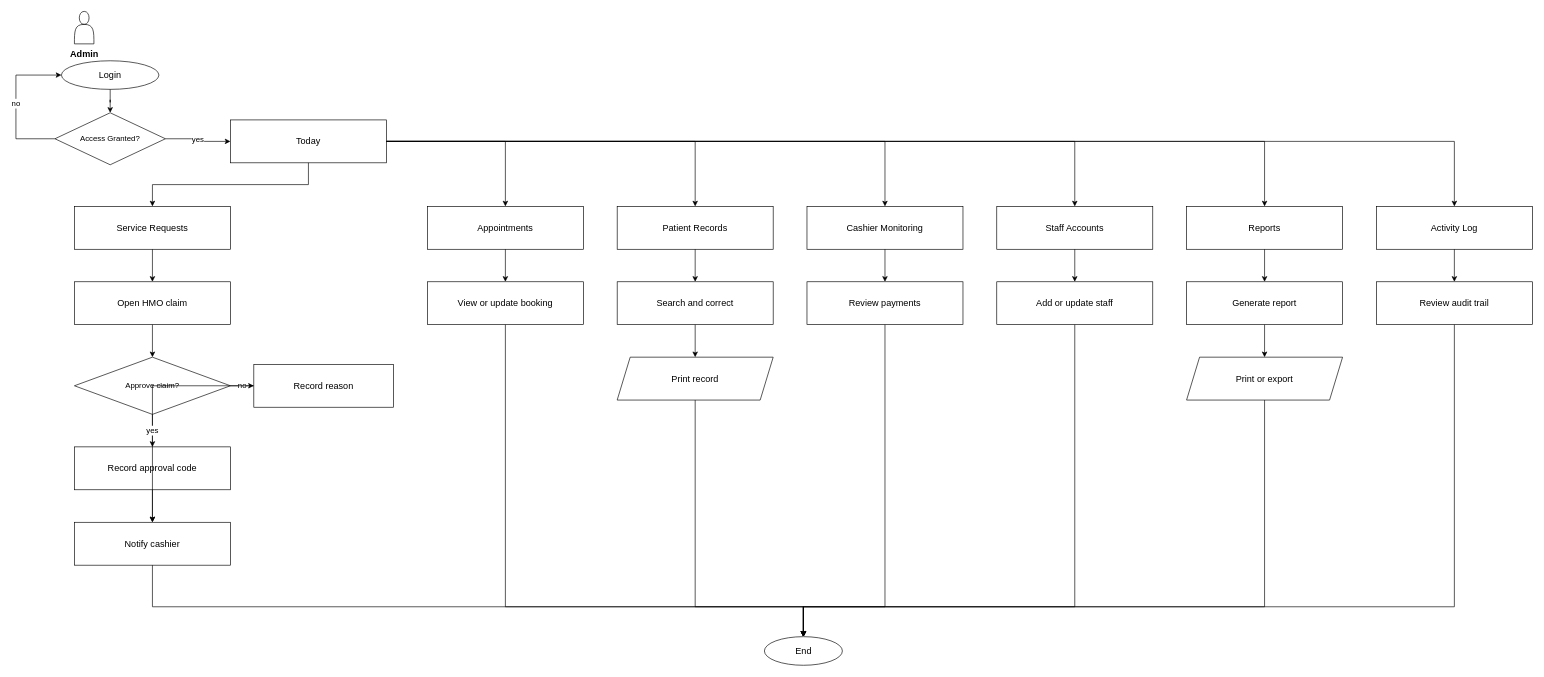
Above: page "Admin" (2 of 8) of docs/diagrams/flowcharts.drawio in steven23lz/Enlogada-Clinic-Management-System (draw.io), before the change. Source tidied: cells renumbered, new cells numbered last; positions are measured from the earlier drawing's top-left corner, leaving out a move shared by most shapes. Both pictures are drawn from the tidied source at 65%, with x=0, y=0 at pixel (16, 11).
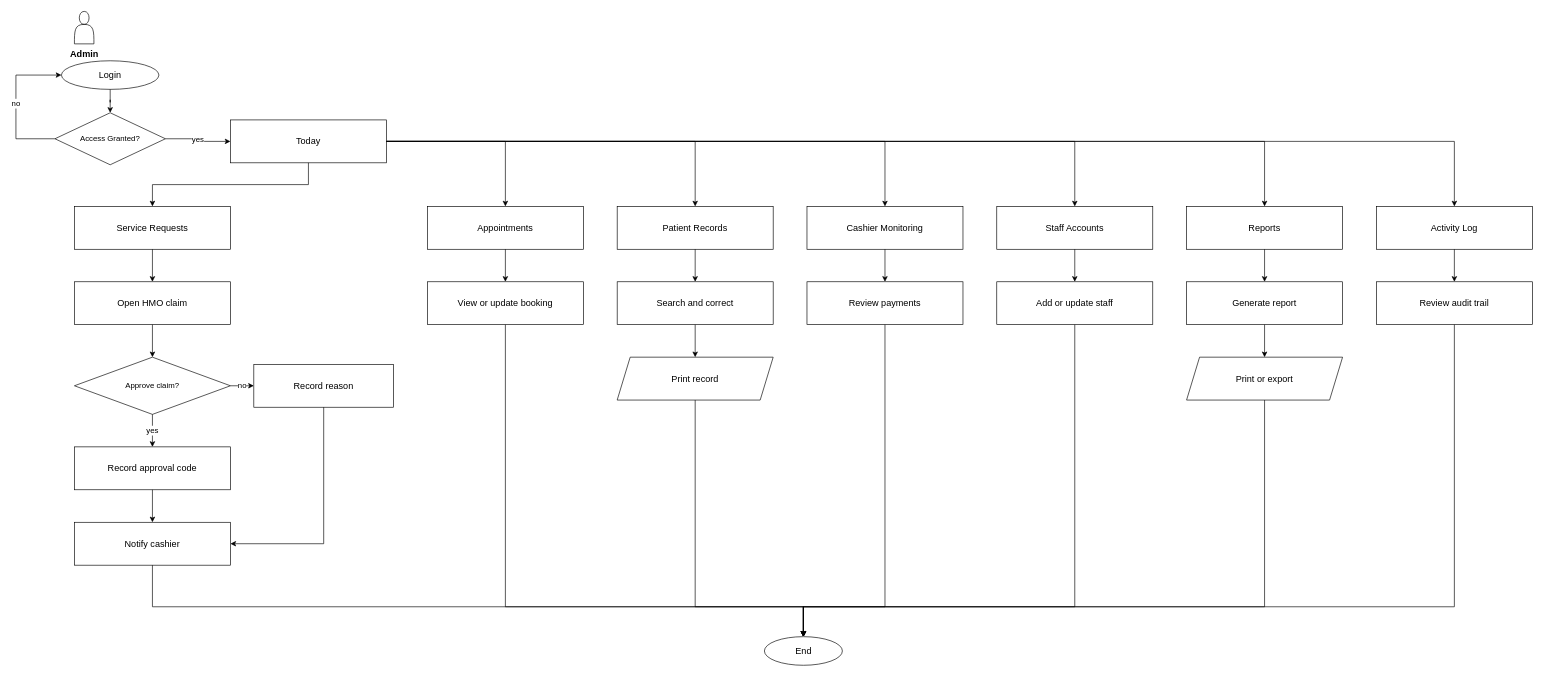
The same diagram, later.

Unchanged cells that the change refers to:
```xml
<mxCell id="13" value="Notify cashier" style="rounded=0;whiteSpace=wrap;html=1;fontFamily=Helvetica;fontSize=14;fontColor=#000000;strokeColor=#000000;" parent="1" vertex="1">
  <mxGeometry x="90" y="786" width="240" height="66" as="geometry" />
</mxCell>
<mxCell id="17" value="Record reason" style="rounded=0;whiteSpace=wrap;html=1;fontFamily=Helvetica;fontSize=14;fontColor=#000000;strokeColor=#000000;" parent="1" vertex="1">
  <mxGeometry x="366" y="543" width="215" height="66" as="geometry" />
</mxCell>
```

What changed in the source:
```diff
@@
-    <mxCell id="19" style="edgeStyle=orthogonalEdgeStyle;rounded=0;html=1;jettySize=auto;fontFamily=Helvetica;fontSize=12;fontColor=#000000;strokeColor=#000000;" parent="1" edge="1" source="17" target="13">
+    <mxCell id="19" style="edgeStyle=orthogonalEdgeStyle;rounded=0;html=1;jettySize=auto;fontFamily=Helvetica;fontSize=12;fontColor=#000000;strokeColor=#000000;exitX=0.5;exitY=1;exitDx=0;exitDy=0;entryX=1;entryY=0.5;entryDx=0;entryDy=0;" parent="1" edge="1" source="17" target="13">
       <mxGeometry relative="1" as="geometry" />
     </mxCell>
```
